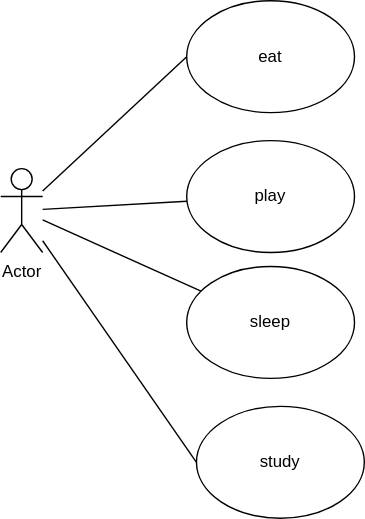
Before: myFirstdrawio.drawio.svg, a diagram exported from draw.io (AKS0606/testDrawio). Source tidied: cells renumbered, new cells last; positions are measured from the earlier drawing's top-left corner, leaving out a move shared by most shapes.
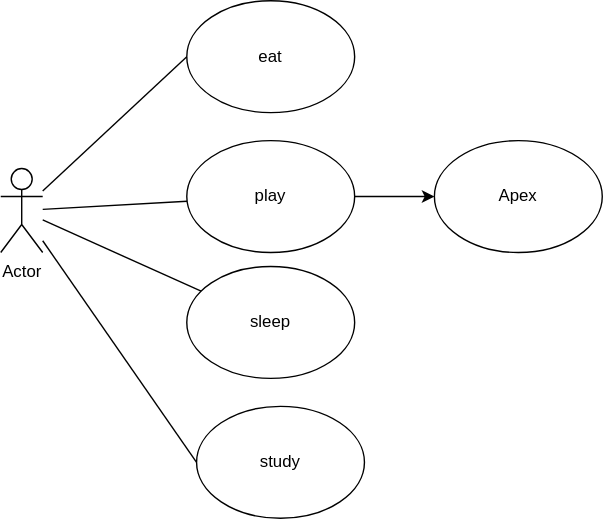
Later version of the same file.

Commit message:
Update "Apex" Diagram

Diff of the diagram source:
```diff
@@ -11,6 +11,9 @@
     <mxCell id="4" value="sleep" style="ellipse;whiteSpace=wrap;html=1;" parent="1" vertex="1">
       <mxGeometry x="133" y="190" width="120" height="80" as="geometry" />
     </mxCell>
+    <mxCell id="11" style="edgeStyle=orthogonalEdgeStyle;rounded=0;jettySize=auto;html=1;" parent="1" edge="1" source="5" target="12">
+      <mxGeometry relative="1" as="geometry" />
+    </mxCell>
     <mxCell id="5" value="play" style="ellipse;whiteSpace=wrap;html=1;" parent="1" vertex="1">
       <mxGeometry x="133" y="100" width="120" height="80" as="geometry" />
     </mxCell>
@@ -29,5 +32,8 @@
     <mxCell id="10" style="endArrow=none;html=1;rounded=0;entryX=0;entryY=0.5;entryDx=0;entryDy=0;" parent="1" edge="1" source="2" target="9">
       <mxGeometry relative="1" as="geometry" />
     </mxCell>
+    <mxCell id="12" value="Apex" style="ellipse;whiteSpace=wrap;html=1;" parent="1" vertex="1">
+      <mxGeometry x="310" y="100" width="120" height="80" as="geometry" />
+    </mxCell>
   </root>
 </mxGraphModel>
```
